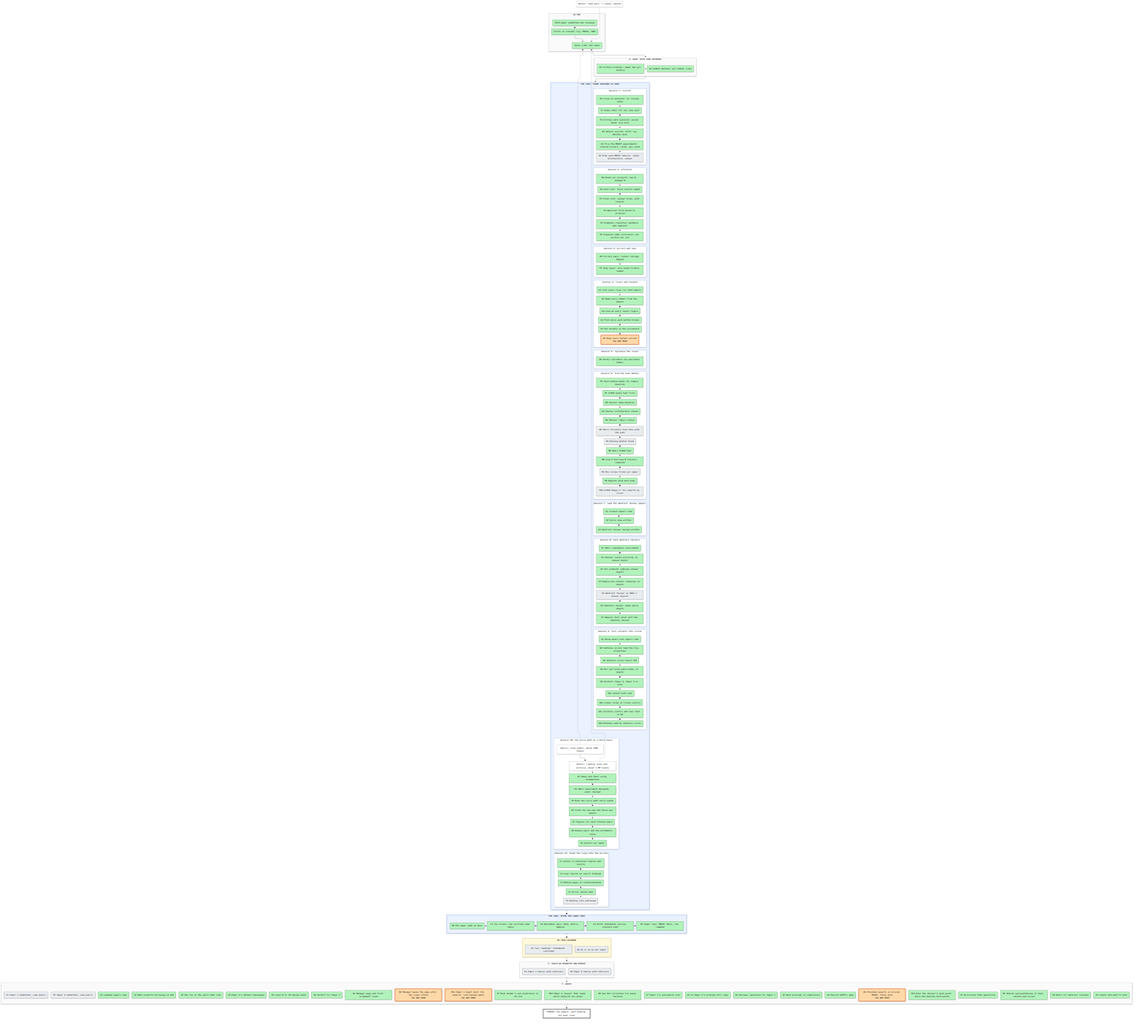
This is artifacts/notes/progress/map.png from mo-rsa24/concept-composition, a Mermaid export, as it was before one commit. Its source is kept beside it as artifacts/notes/progress/map.mmd.
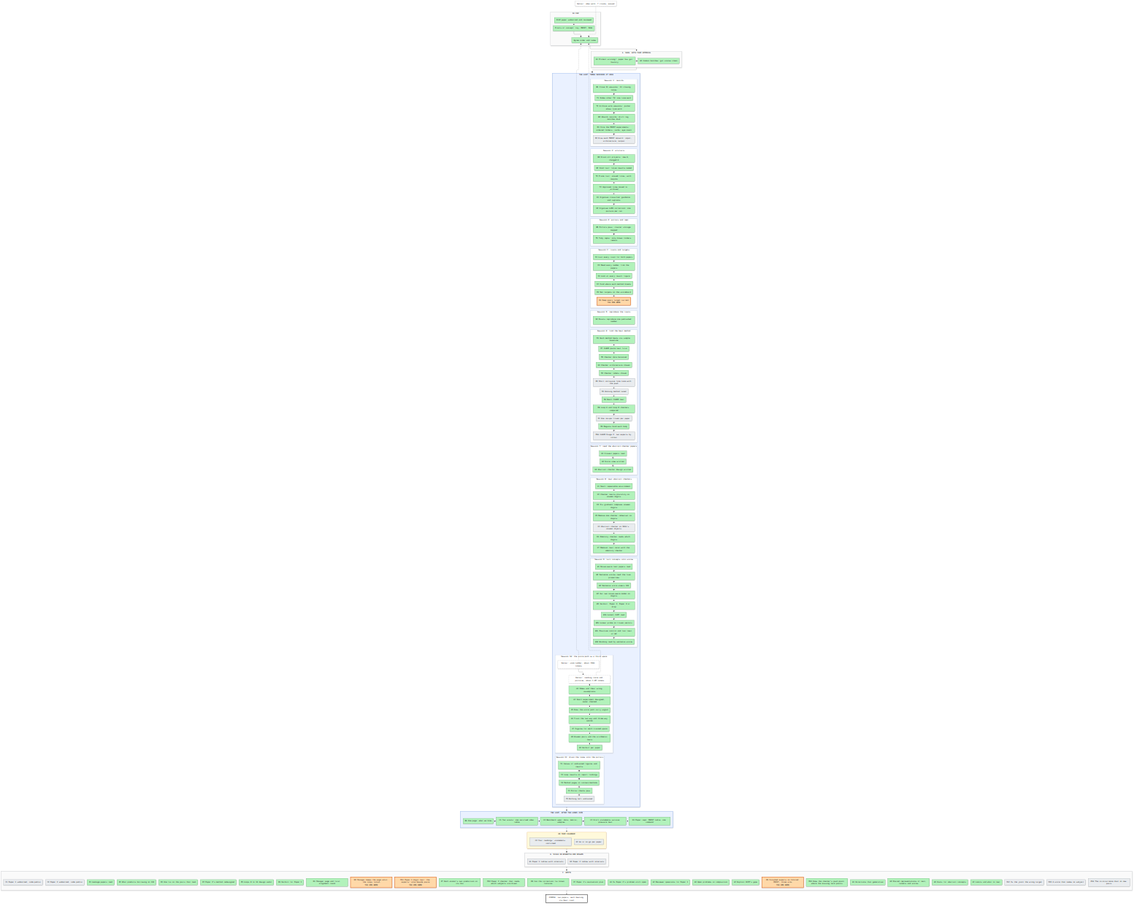
After the change.

Commit message:
Owner's 112: Loop 15's three experiments routed (M14, M15 to Loop 6; Z10 to Loop 12); Z9 gets its matched-length control

Change to the diagram source:
```diff
@@ -74,7 +74,7 @@
   end
   subgraph SF["F. WRITE"]
     direction LR
-    F1["F1 Paper 1 submitted, code public"]:::todo ~~~ F2["F2 Paper 2 submitted, code public"]:::todo ~~~ Z1["Z1 Leakage papers read"]:::done ~~~ Z2["Z2 What predicts borrowing on CO3"]:::done ~~~ Z3["Z3 One fix on the pairs that leak"]:::done ~~~ Z4["Z4 Paper 2's method redesigned"]:::done ~~~ Z5["Z5 Loops 8 to 10 design audit"]:::done ~~~ Z6["Z6 Verdict for Paper 2"]:::done ~~~ N1["N1 Manager page and first alignment round"]:::done ~~~ N2["N2 Manager keeps the page until the loops finish<br/>YOU ARE HERE"]:::doing ~~~ M11["M11 Paper 1 digit test: the experts' vote beside paste<br/>YOU ARE HERE"]:::doing ~~~ Z7["Z7 Each animal's own prediction in its box"]:::done ~~~ M12["M12 Paper 2 checker that reads which subjects are drawn"]:::done ~~~ Z8["Z8 Can the correction fix known failures"]:::done ~~~ K7["K7 Paper 1's evaluation plan"]:::done ~~~ G1["G1 Is Paper 2's problem still open"]:::done ~~~ G2["G2 Reviewer questions for Paper 1"]:::done ~~~ G3["G3 Open problems in composition"]:::done ~~~ G4["G4 Exploit DCFM's gaps"]:::done ~~~ Z9["Z9 Finished experts on Colored MNIST, three arms<br/>YOU ARE HERE"]:::doing ~~~ M13["M13 Does the checker's push point where the missing term points"]:::done ~~~ H1["H1 Directions that generalise"]:::done ~~~ H2["H2 Shared representations of text, latents and scores"]:::done ~~~ H3["H3 Dials for abstract concepts"]:::done ~~~ H4["H4 Limits and what to test"]:::done
+    F1["F1 Paper 1 submitted, code public"]:::todo ~~~ F2["F2 Paper 2 submitted, code public"]:::todo ~~~ Z1["Z1 Leakage papers read"]:::done ~~~ Z2["Z2 What predicts borrowing on CO3"]:::done ~~~ Z3["Z3 One fix on the pairs that leak"]:::done ~~~ Z4["Z4 Paper 2's method redesigned"]:::done ~~~ Z5["Z5 Loops 8 to 10 design audit"]:::done ~~~ Z6["Z6 Verdict for Paper 2"]:::done ~~~ N1["N1 Manager page and first alignment round"]:::done ~~~ N2["N2 Manager keeps the page until the loops finish<br/>YOU ARE HERE"]:::doing ~~~ M11["M11 Paper 1 digit test: the experts' vote beside paste<br/>YOU ARE HERE"]:::doing ~~~ Z7["Z7 Each animal's own prediction in its box"]:::done ~~~ M12["M12 Paper 2 checker that reads which subjects are drawn"]:::done ~~~ Z8["Z8 Can the correction fix known failures"]:::done ~~~ K7["K7 Paper 1's evaluation plan"]:::done ~~~ G1["G1 Is Paper 2's problem still open"]:::done ~~~ G2["G2 Reviewer questions for Paper 1"]:::done ~~~ G3["G3 Open problems in composition"]:::done ~~~ G4["G4 Exploit DCFM's gaps"]:::done ~~~ Z9["Z9 Finished experts on Colored MNIST, three arms<br/>YOU ARE HERE"]:::doing ~~~ M13["M13 Does the checker's push point where the missing term points"]:::done ~~~ H1["H1 Directions that generalise"]:::done ~~~ H2["H2 Shared representations of text, latents and scores"]:::done ~~~ H3["H3 Dials for abstract concepts"]:::done ~~~ H4["H4 Limits and what to test"]:::done ~~~ M14["M14 Is the joint the wrong target"]:::todo ~~~ M15["M15 A score that names no subject"]:::todo ~~~ Z10["Z10 The co-occurrence dial on new pairs"]:::todo
   end
   GOAL["FINISH: two papers, each beating its best rival"]:::goal
   X0["Detour: idea walk, 7 claims, paused"]:::detour -.-> P2
```
